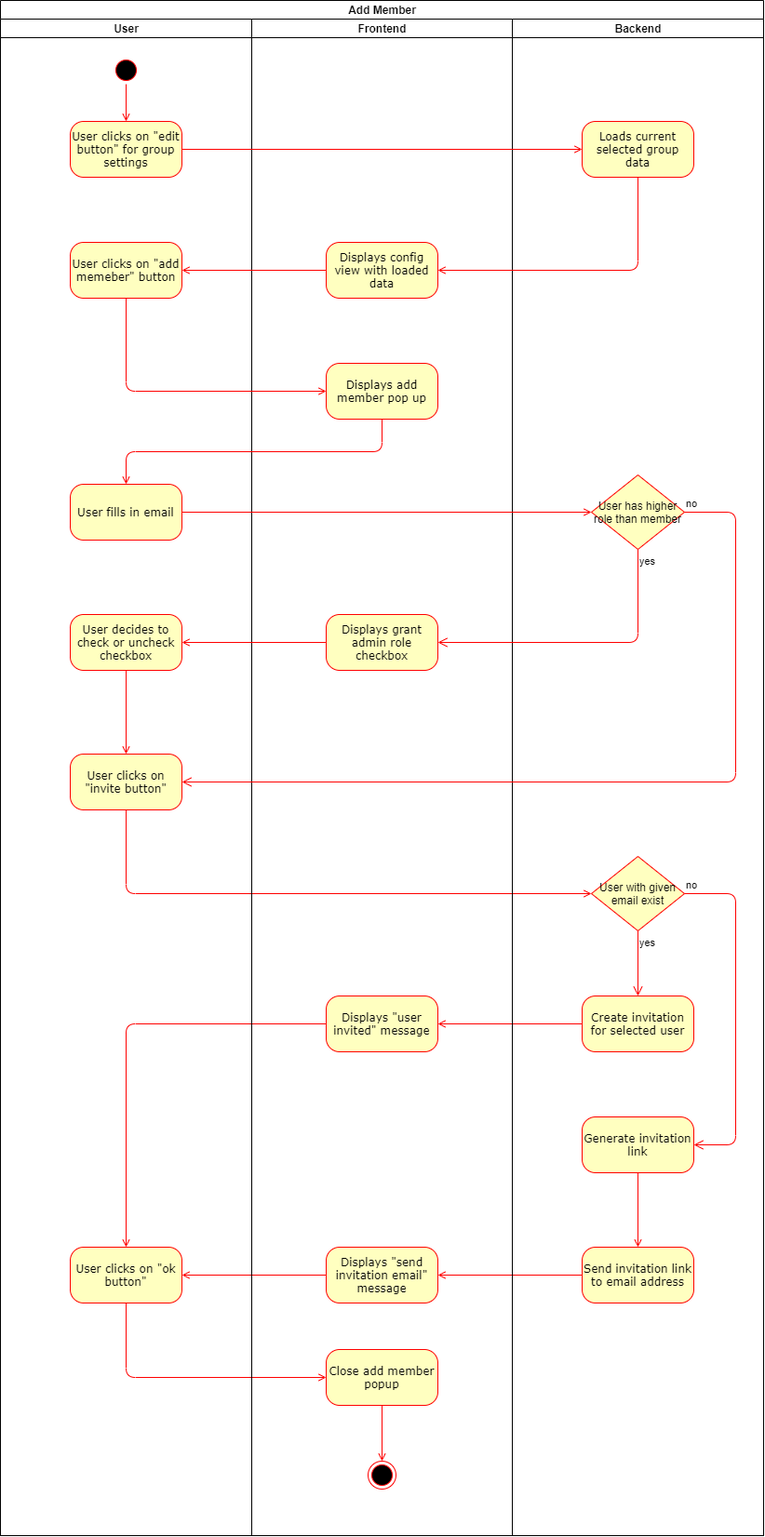
This is use_cases/manage_group/add_member.png from placetobeer/documentation, a draw.io export, as it was before one commit. Source tidied: cells renumbered, new cells last; positions are measured from the earlier drawing's top-left corner, leaving out a move shared by most shapes.
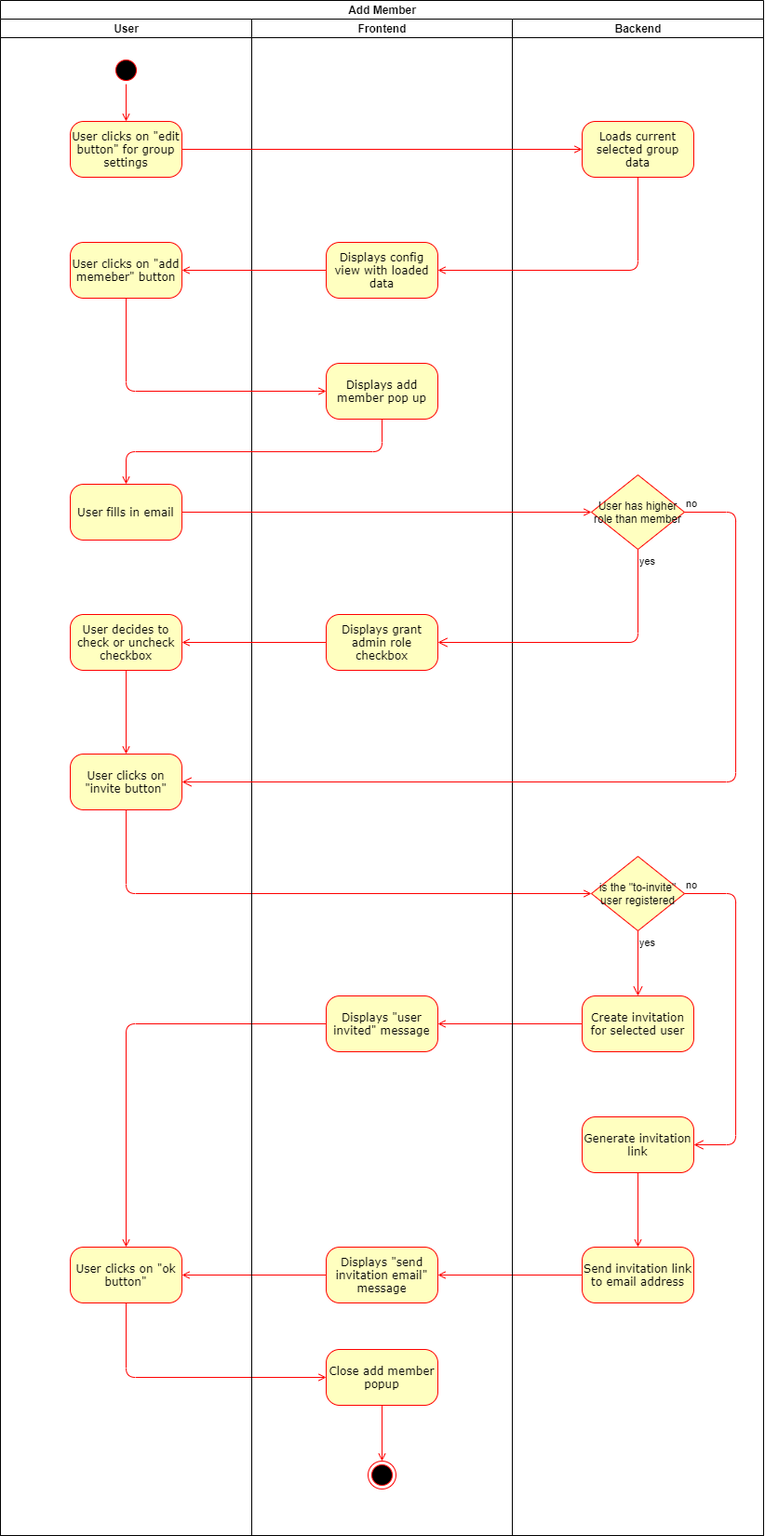
The same file after the commit.

The edit, as a diff of the source:
```diff
@@ -86,7 +86,7 @@
     <mxCell id="29" value="Loads current selected group data" style="rounded=1;whiteSpace=wrap;html=1;arcSize=24;fillColor=#ffffc0;strokeColor=#ff0000;shadow=0;comic=0;labelBackgroundColor=none;fontFamily=Verdana;fontSize=12;fontColor=#000000;align=center;" parent="28" vertex="1">
       <mxGeometry x="75" y="110" width="120" height="60" as="geometry" />
     </mxCell>
-    <mxCell id="30" value="User with given email exist" style="rhombus;whiteSpace=wrap;html=1;fillColor=#ffffc0;strokeColor=#ff0000;" parent="28" vertex="1">
+    <mxCell id="30" value="is the &quot;to-invite&quot; user registered" style="rhombus;whiteSpace=wrap;html=1;fillColor=#ffffc0;strokeColor=#ff0000;" parent="28" vertex="1">
       <mxGeometry x="85" y="900" width="100" height="80" as="geometry" />
     </mxCell>
     <mxCell id="31" value="no" style="edgeStyle=orthogonalEdgeStyle;html=1;align=left;verticalAlign=bottom;endArrow=open;endSize=8;strokeColor=#ff0000;entryX=1;entryY=0.5;entryDx=0;entryDy=0;exitX=1;exitY=0.5;exitDx=0;exitDy=0;" parent="28" edge="1" source="30" target="35">
```
